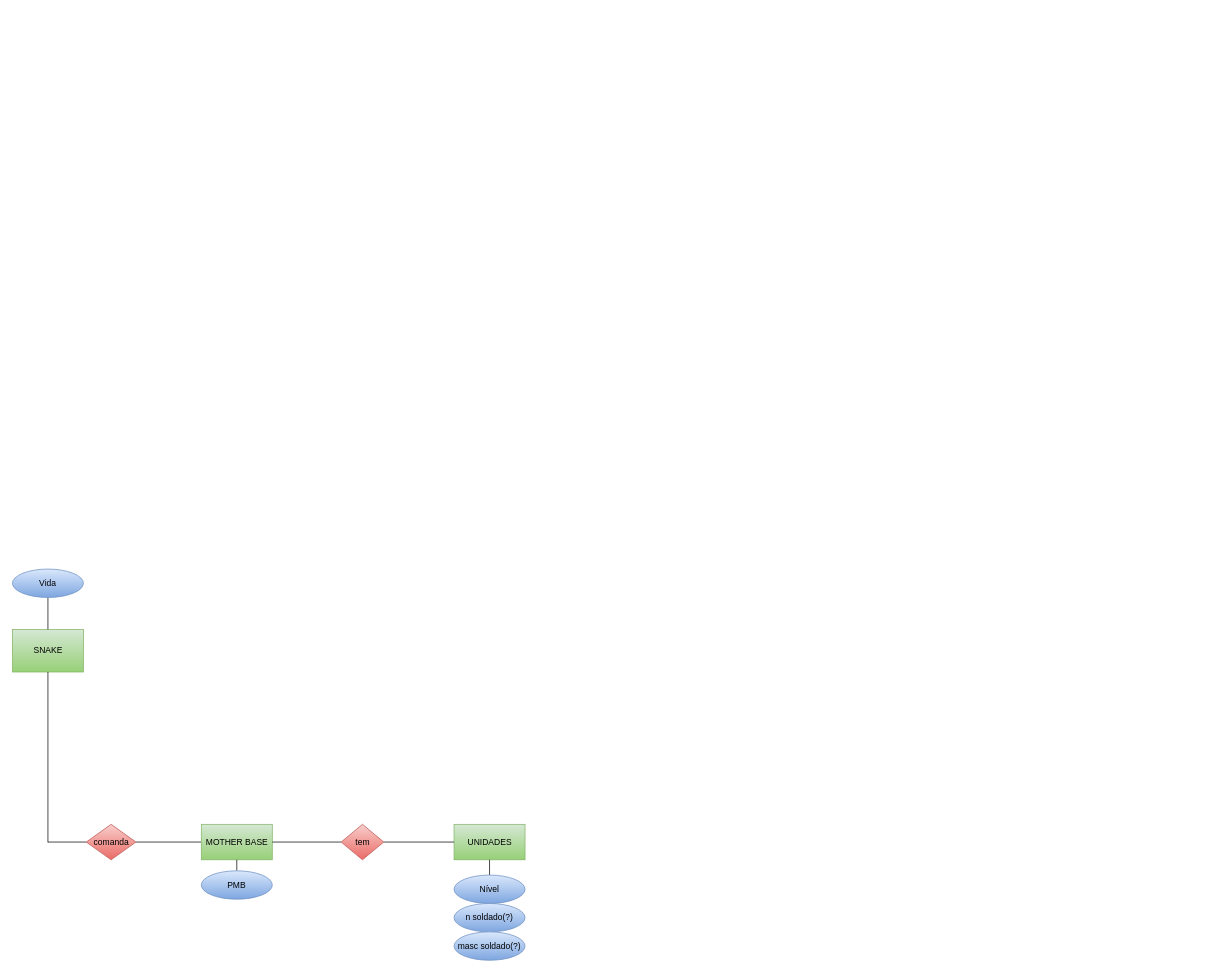
This is MER/MER-v0.1.drawio.xml from SBD1/Grupo02-MetalGearSolid, a draw.io file, before an edit. Source tidied: cells renumbered, new cells numbered last; positions are measured from the earlier drawing's top-left corner, leaving out a move shared by most shapes. Both pictures are drawn from the tidied source at 71%, with x=0, y=0 at pixel (12, 569).
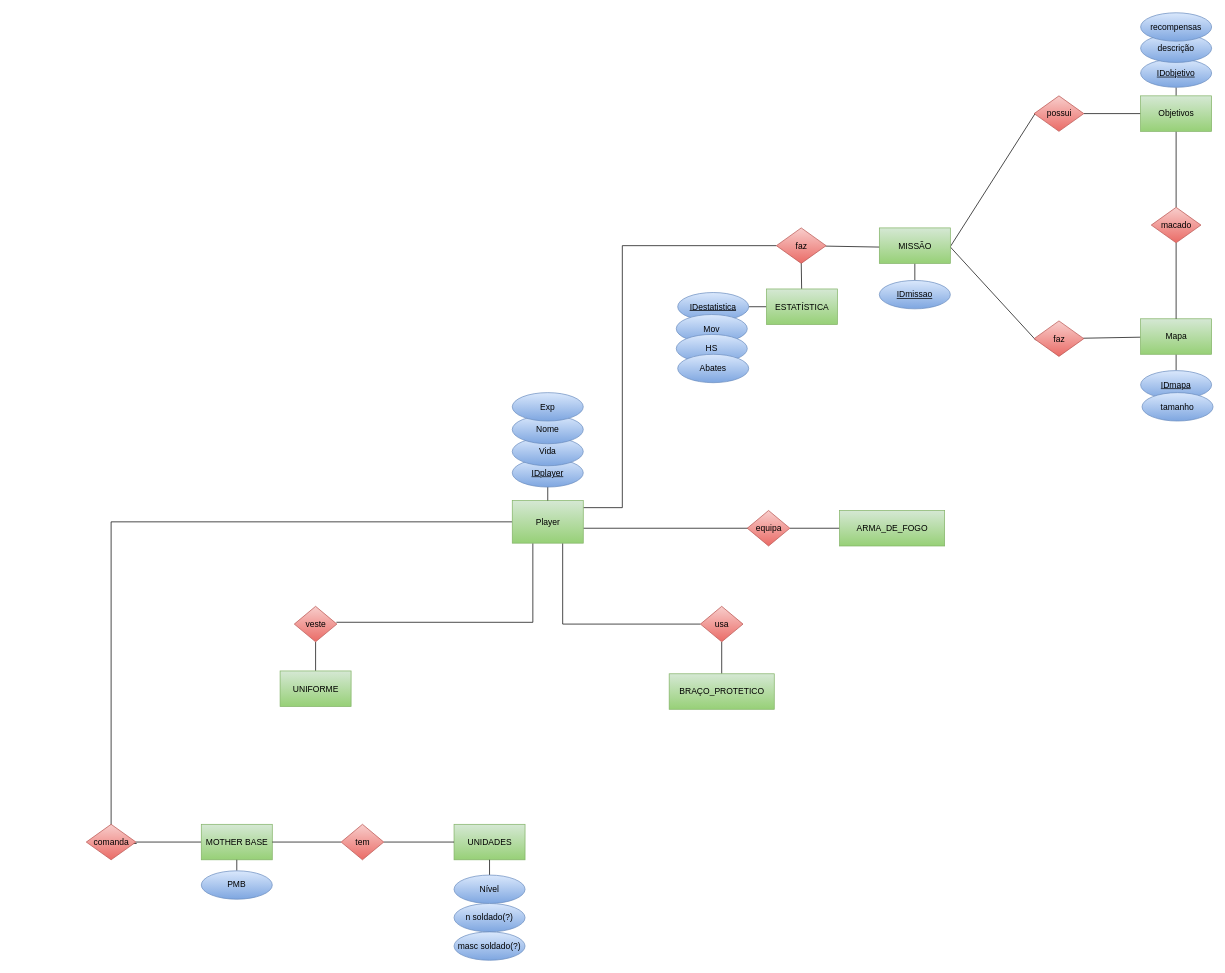
The same diagram, later.

Commit message (it also covers changes not shown here):
adicionando novas entidades no MER

Diff of the diagram source:
```diff
@@
+    <mxCell id="20" style="edgeStyle=orthogonalEdgeStyle;rounded=0;jettySize=auto;html=1;entryX=-0.014;entryY=0.54;entryDx=0;entryDy=0;entryPerimeter=0;endArrow=none;endFill=0;" parent="1" edge="1" source="2" target="5">
+      <mxGeometry relative="1" as="geometry">
+        <Array as="points">
+          <mxPoint x="139" y="-66.5" />
+          <mxPoint x="139" y="386.5" />
+        </Array>
+      </mxGeometry>
+    </mxCell>
+    <mxCell id="21" style="edgeStyle=orthogonalEdgeStyle;rounded=0;jettySize=auto;html=1;entryX=0;entryY=0.5;entryDx=0;entryDy=0;entryPerimeter=0;endArrow=none;endFill=0;" parent="1" edge="1" source="2" target="26">
+      <mxGeometry relative="1" as="geometry">
+        <Array as="points">
+          <mxPoint x="859" y="-86.5" />
+          <mxPoint x="859" y="-455.5" />
+        </Array>
+      </mxGeometry>
+    </mxCell>
+    <mxCell id="22" style="edgeStyle=orthogonalEdgeStyle;rounded=0;jettySize=auto;html=1;entryX=0.806;entryY=0.693;entryDx=0;entryDy=0;entryPerimeter=0;endArrow=none;endFill=0;" parent="1" edge="1" source="2" target="61">
+      <mxGeometry relative="1" as="geometry">
+        <Array as="points">
+          <mxPoint x="1047" y="-57.5" />
+        </Array>
+      </mxGeometry>
+    </mxCell>
+    <mxCell id="23" style="edgeStyle=orthogonalEdgeStyle;rounded=0;jettySize=auto;html=1;endArrow=none;endFill=0;" parent="1" edge="1" source="2" target="59">
+      <mxGeometry relative="1" as="geometry">
+        <Array as="points">
+          <mxPoint x="775" y="77.5" />
+        </Array>
+      </mxGeometry>
+    </mxCell>
+    <mxCell id="24" style="edgeStyle=orthogonalEdgeStyle;rounded=0;jettySize=auto;html=1;entryX=0.011;entryY=0.449;entryDx=0;entryDy=0;entryPerimeter=0;endArrow=none;endFill=0;" parent="1" edge="1" source="2" target="63">
+      <mxGeometry relative="1" as="geometry">
+        <Array as="points">
+          <mxPoint x="733" y="75.5" />
+        </Array>
+      </mxGeometry>
+    </mxCell>
-    <mxCell id="2" value="SNAKE" style="html=1;dashed=0;whitespace=wrap;fillColor=#d5e8d4;strokeColor=#82b366;gradientColor=#97d077;rounded=0;" parent="1" vertex="1">
-      <mxGeometry y="85" width="100" height="60" as="geometry" />
+    <mxCell id="2" value="Player" style="html=1;dashed=0;whitespace=wrap;fillColor=#d5e8d4;strokeColor=#82b366;gradientColor=#97d077;rounded=0;" parent="1" vertex="1">
+      <mxGeometry x="704" y="-96.5" width="100" height="60" as="geometry" />
     </mxCell>
     <mxCell id="3" style="line;strokeWidth=1;dashed=0;labelPosition=right;align=left;verticalAlign=middle;spacingTop=0;spacingLeft=6;shadow=0;fillColor=default;gradientColor=none;gradientDirection=south;flipV=1;flipH=0;direction=south;rounded=0;" parent="1" vertex="1">
-      <mxGeometry x="45" y="40" width="10" height="45" as="geometry" />
+      <mxGeometry x="749" y="-141.5" width="10" height="45" as="geometry" />
     </mxCell>
-    <mxCell id="4" value="Vida" style="ellipse;whiteSpace=wrap;html=1;align=center;shadow=0;fillColor=#dae8fc;gradientColor=#7ea6e0;gradientDirection=south;strokeColor=#6c8ebf;rounded=0;" parent="1" vertex="1">
-      <mxGeometry width="100" height="40" as="geometry" />
-    </mxCell>
-    <mxCell id="5" value="comanda" style="shape=rhombus;html=1;dashed=0;whitespace=wrap;perimeter=rhombusPerimeter;shadow=0;fillColor=#f8cecc;gradientColor=#ea6b66;gradientDirection=south;strokeColor=#b85450;rounded=0;" parent="1" vertex="1">
+    <mxCell id="5" value="comanda" style="shape=rhombus;html=1;dashed=0;whitespace=wrap;perimeter=rhombusPerimeter;shadow=0;fillColor=#f8cecc;gradientColor=#ea6b66;gradientDirection=south;strokeColor=#b85450;rounded=0;flipH=1;" parent="1" vertex="1">
       <mxGeometry x="104" y="359.5" width="70" height="50" as="geometry" />
     </mxCell>
-    <mxCell id="6" style="line;strokeWidth=1;dashed=0;labelPosition=right;align=left;verticalAlign=middle;spacingTop=0;spacingLeft=6;fontFamily=Helvetica;fontSize=12;fontColor=default;direction=south;rounded=0;" parent="1" vertex="1">
-      <mxGeometry x="45" y="145" width="10" height="240" as="geometry" />
-    </mxCell>
-    <mxCell id="7" style="line;strokeWidth=1;dashed=0;labelPosition=right;align=left;verticalAlign=middle;spacingTop=0;spacingLeft=6;fontFamily=Helvetica;fontSize=12;fontColor=default;rounded=0;" parent="1" vertex="1">
-      <mxGeometry x="50" y="379.5" width="54" height="10" as="geometry" />
-    </mxCell>
-    <mxCell id="8" style="line;strokeWidth=1;dashed=0;labelPosition=right;align=left;verticalAlign=middle;spacingTop=0;spacingLeft=6;fontFamily=Helvetica;fontSize=12;fontColor=default;rounded=0;" parent="1" vertex="1">
+    <mxCell id="8" style="line;strokeWidth=1;dashed=0;labelPosition=right;align=left;verticalAlign=middle;spacingTop=0;spacingLeft=6;fontFamily=Helvetica;fontSize=12;fontColor=default;rounded=0;flipH=1;" parent="1" vertex="1">
       <mxGeometry x="174" y="379.5" width="92" height="10" as="geometry" />
     </mxCell>
-    <mxCell id="9" value="MOTHER BASE" style="html=1;dashed=0;whitespace=wrap;fontFamily=Helvetica;fontSize=12;fillColor=#d5e8d4;gradientColor=#97d077;strokeColor=#82b366;rounded=0;" parent="1" vertex="1">
+    <mxCell id="9" value="MOTHER BASE" style="html=1;dashed=0;whitespace=wrap;fontFamily=Helvetica;fontSize=12;fillColor=#d5e8d4;gradientColor=#97d077;strokeColor=#82b366;rounded=0;flipH=1;" parent="1" vertex="1">
       <mxGeometry x="266" y="359.5" width="100" height="50" as="geometry" />
     </mxCell>
-    <mxCell id="10" style="line;strokeWidth=1;dashed=0;labelPosition=right;align=left;verticalAlign=middle;spacingTop=0;spacingLeft=6;fontFamily=Helvetica;fontSize=12;fontColor=default;direction=south;rounded=0;" parent="1" vertex="1">
+    <mxCell id="10" style="line;strokeWidth=1;dashed=0;labelPosition=right;align=left;verticalAlign=middle;spacingTop=0;spacingLeft=6;fontFamily=Helvetica;fontSize=12;fontColor=default;direction=south;rounded=0;flipH=1;" parent="1" vertex="1">
       <mxGeometry x="311" y="409.5" width="10" height="15.5" as="geometry" />
     </mxCell>
-    <mxCell id="11" value="&lt;div&gt;PMB&lt;/div&gt;" style="ellipse;whiteSpace=wrap;html=1;align=center;fontFamily=Helvetica;fontSize=12;fillColor=#dae8fc;gradientColor=#7ea6e0;strokeColor=#6c8ebf;rounded=0;" parent="1" vertex="1">
+    <mxCell id="11" value="&lt;div&gt;PMB&lt;/div&gt;" style="ellipse;whiteSpace=wrap;html=1;align=center;fontFamily=Helvetica;fontSize=12;fillColor=#dae8fc;gradientColor=#7ea6e0;strokeColor=#6c8ebf;rounded=0;flipH=1;" parent="1" vertex="1">
       <mxGeometry x="266" y="425" width="100" height="40" as="geometry" />
     </mxCell>
-    <mxCell id="12" style="line;strokeWidth=1;dashed=0;labelPosition=right;align=left;verticalAlign=middle;spacingTop=0;spacingLeft=6;fontFamily=Helvetica;fontSize=12;fontColor=default;" parent="1" vertex="1">
+    <mxCell id="12" style="line;strokeWidth=1;dashed=0;labelPosition=right;align=left;verticalAlign=middle;spacingTop=0;spacingLeft=6;fontFamily=Helvetica;fontSize=12;fontColor=default;flipH=1;" parent="1" vertex="1">
       <mxGeometry x="366" y="379.5" width="97" height="10" as="geometry" />
     </mxCell>
-    <mxCell id="13" value="UNIDADES" style="html=1;dashed=0;whitespace=wrap;fontFamily=Helvetica;fontSize=12;fillColor=#d5e8d4;gradientColor=#97d077;strokeColor=#82b366;" parent="1" vertex="1">
+    <mxCell id="13" value="UNIDADES" style="html=1;dashed=0;whitespace=wrap;fontFamily=Helvetica;fontSize=12;fillColor=#d5e8d4;gradientColor=#97d077;strokeColor=#82b366;flipH=1;" parent="1" vertex="1">
       <mxGeometry x="622" y="359.5" width="100" height="50" as="geometry" />
     </mxCell>
-    <mxCell id="14" value="tem" style="shape=rhombus;html=1;dashed=0;whitespace=wrap;perimeter=rhombusPerimeter;fontFamily=Helvetica;fontSize=12;fillColor=#f8cecc;gradientColor=#ea6b66;strokeColor=#b85450;" parent="1" vertex="1">
+    <mxCell id="14" value="tem" style="shape=rhombus;html=1;dashed=0;whitespace=wrap;perimeter=rhombusPerimeter;fontFamily=Helvetica;fontSize=12;fillColor=#f8cecc;gradientColor=#ea6b66;strokeColor=#b85450;flipH=1;" parent="1" vertex="1">
       <mxGeometry x="463" y="359.5" width="60" height="50" as="geometry" />
     </mxCell>
-    <mxCell id="15" style="line;strokeWidth=1;dashed=0;labelPosition=right;align=left;verticalAlign=middle;spacingTop=0;spacingLeft=6;fontFamily=Helvetica;fontSize=12;fontColor=default;" parent="1" vertex="1">
+    <mxCell id="15" style="line;strokeWidth=1;dashed=0;labelPosition=right;align=left;verticalAlign=middle;spacingTop=0;spacingLeft=6;fontFamily=Helvetica;fontSize=12;fontColor=default;flipH=1;" parent="1" vertex="1">
       <mxGeometry x="523" y="379.5" width="99" height="10" as="geometry" />
     </mxCell>
-    <mxCell id="16" style="line;strokeWidth=1;dashed=0;labelPosition=right;align=left;verticalAlign=middle;spacingTop=0;spacingLeft=6;fontFamily=Helvetica;fontSize=12;fontColor=default;direction=south;" parent="1" vertex="1">
+    <mxCell id="16" style="line;strokeWidth=1;dashed=0;labelPosition=right;align=left;verticalAlign=middle;spacingTop=0;spacingLeft=6;fontFamily=Helvetica;fontSize=12;fontColor=default;direction=south;flipH=1;" parent="1" vertex="1">
       <mxGeometry x="667" y="409.5" width="10" height="26" as="geometry" />
     </mxCell>
-    <mxCell id="17" value="Nível" style="ellipse;whiteSpace=wrap;html=1;align=center;fontFamily=Helvetica;fontSize=12;fillColor=#dae8fc;gradientColor=#7ea6e0;strokeColor=#6c8ebf;" parent="1" vertex="1">
+    <mxCell id="17" value="Nível" style="ellipse;whiteSpace=wrap;html=1;align=center;fontFamily=Helvetica;fontSize=12;fillColor=#dae8fc;gradientColor=#7ea6e0;strokeColor=#6c8ebf;flipH=1;" parent="1" vertex="1">
       <mxGeometry x="622" y="431" width="100" height="40" as="geometry" />
     </mxCell>
-    <mxCell id="18" value="n soldado(?)" style="ellipse;whiteSpace=wrap;html=1;align=center;fontFamily=Helvetica;fontSize=12;fillColor=#dae8fc;gradientColor=#7ea6e0;strokeColor=#6c8ebf;" parent="1" vertex="1">
+    <mxCell id="18" value="n soldado(?)" style="ellipse;whiteSpace=wrap;html=1;align=center;fontFamily=Helvetica;fontSize=12;fillColor=#dae8fc;gradientColor=#7ea6e0;strokeColor=#6c8ebf;flipH=1;" parent="1" vertex="1">
       <mxGeometry x="622" y="471" width="100" height="40" as="geometry" />
     </mxCell>
-    <mxCell id="19" value="masc soldado(?)" style="ellipse;whiteSpace=wrap;html=1;align=center;fontFamily=Helvetica;fontSize=12;fillColor=#dae8fc;gradientColor=#7ea6e0;strokeColor=#6c8ebf;" parent="1" vertex="1">
+    <mxCell id="19" value="masc soldado(?)" style="ellipse;whiteSpace=wrap;html=1;align=center;fontFamily=Helvetica;fontSize=12;fillColor=#dae8fc;gradientColor=#7ea6e0;strokeColor=#6c8ebf;flipH=1;" parent="1" vertex="1">
       <mxGeometry x="622" y="511" width="100" height="40" as="geometry" />
     </mxCell>
+    <mxCell id="25" style="edgeStyle=none;rounded=0;jettySize=auto;html=1;entryX=0.005;entryY=0.54;entryDx=0;entryDy=0;entryPerimeter=0;endArrow=none;endFill=0;" parent="1" edge="1" source="26" target="30">
+      <mxGeometry relative="1" as="geometry" />
+    </mxCell>
+    <mxCell id="26" value="faz" style="shape=rhombus;html=1;dashed=0;whitespace=wrap;perimeter=rhombusPerimeter;shadow=0;fillColor=#f8cecc;gradientColor=#ea6b66;gradientDirection=south;strokeColor=#b85450;rounded=0;" parent="1" vertex="1">
+      <mxGeometry x="1076" y="-480.5" width="70" height="50" as="geometry" />
+    </mxCell>
+    <mxCell id="27" style="rounded=0;jettySize=auto;html=1;endArrow=none;endFill=0;entryX=0.029;entryY=0.48;entryDx=0;entryDy=0;entryPerimeter=0;" parent="1" edge="1" target="42">
+      <mxGeometry relative="1" as="geometry">
+        <mxPoint x="1318" y="-449.5" as="sourcePoint" />
+      </mxGeometry>
+    </mxCell>
+    <mxCell id="28" style="edgeStyle=none;rounded=0;jettySize=auto;html=1;endArrow=none;endFill=0;exitX=0.997;exitY=0.531;exitDx=0;exitDy=0;exitPerimeter=0;entryX=0.04;entryY=0.55;entryDx=0;entryDy=0;entryPerimeter=0;" parent="1" edge="1" source="30" target="44">
+      <mxGeometry relative="1" as="geometry" />
+    </mxCell>
+    <mxCell id="29" style="edgeStyle=none;rounded=0;jettySize=auto;html=1;endArrow=none;endFill=0;" parent="1" edge="1" source="30" target="52">
+      <mxGeometry relative="1" as="geometry" />
+    </mxCell>
+    <mxCell id="30" value="MISSÃO" style="html=1;dashed=0;whitespace=wrap;fontFamily=Helvetica;fontSize=12;fillColor=#d5e8d4;gradientColor=#97d077;strokeColor=#82b366;rounded=0;" parent="1" vertex="1">
+      <mxGeometry x="1221" y="-480.5" width="100" height="50" as="geometry" />
+    </mxCell>
+    <mxCell id="31" style="edgeStyle=none;rounded=0;jettySize=auto;html=1;entryX=0.5;entryY=1;entryDx=0;entryDy=0;entryPerimeter=0;endArrow=none;endFill=0;" parent="1" edge="1" source="33" target="26">
+      <mxGeometry relative="1" as="geometry" />
+    </mxCell>
+    <mxCell id="32" style="edgeStyle=none;rounded=0;jettySize=auto;html=1;endArrow=none;endFill=0;" parent="1" edge="1" source="33" target="34">
+      <mxGeometry relative="1" as="geometry" />
+    </mxCell>
+    <mxCell id="33" value="ESTATÍSTICA" style="html=1;dashed=0;whitespace=wrap;fontFamily=Helvetica;fontSize=12;fillColor=#d5e8d4;gradientColor=#97d077;strokeColor=#82b366;rounded=0;" parent="1" vertex="1">
+      <mxGeometry x="1062" y="-394.5" width="100" height="50" as="geometry" />
+    </mxCell>
+    <mxCell id="34" value="&lt;u&gt;IDestatistica&lt;/u&gt;" style="ellipse;whiteSpace=wrap;html=1;align=center;shadow=0;fillColor=#dae8fc;gradientColor=#7ea6e0;gradientDirection=south;strokeColor=#6c8ebf;rounded=0;" parent="1" vertex="1">
+      <mxGeometry x="937" y="-389.5" width="100" height="40" as="geometry" />
+    </mxCell>
+    <mxCell id="35" value="Mov" style="ellipse;whiteSpace=wrap;html=1;align=center;shadow=0;fillColor=#dae8fc;gradientColor=#7ea6e0;gradientDirection=south;strokeColor=#6c8ebf;rounded=0;" parent="1" vertex="1">
+      <mxGeometry x="935" y="-358.5" width="100" height="40" as="geometry" />
+    </mxCell>
+    <mxCell id="36" value="HS" style="ellipse;whiteSpace=wrap;html=1;align=center;shadow=0;fillColor=#dae8fc;gradientColor=#7ea6e0;gradientDirection=south;strokeColor=#6c8ebf;rounded=0;" parent="1" vertex="1">
+      <mxGeometry x="935" y="-330.5" width="100" height="40" as="geometry" />
+    </mxCell>
+    <mxCell id="37" value="Abates" style="ellipse;whiteSpace=wrap;html=1;align=center;shadow=0;fillColor=#dae8fc;gradientColor=#7ea6e0;gradientDirection=south;strokeColor=#6c8ebf;rounded=0;" parent="1" vertex="1">
+      <mxGeometry x="937" y="-302.5" width="100" height="40" as="geometry" />
+    </mxCell>
+    <mxCell id="38" value="&lt;u&gt;IDplayer&lt;/u&gt;" style="ellipse;whiteSpace=wrap;html=1;align=center;shadow=0;fillColor=#dae8fc;gradientColor=#7ea6e0;gradientDirection=south;strokeColor=#6c8ebf;rounded=0;" parent="1" vertex="1">
+      <mxGeometry x="704" y="-155.5" width="100" height="40" as="geometry" />
+    </mxCell>
+    <mxCell id="4" value="Vida" style="ellipse;whiteSpace=wrap;html=1;align=center;shadow=0;fillColor=#dae8fc;gradientColor=#7ea6e0;gradientDirection=south;strokeColor=#6c8ebf;rounded=0;" parent="1" vertex="1">
+      <mxGeometry x="704" y="-185.5" width="100" height="40" as="geometry" />
+    </mxCell>
+    <mxCell id="39" value="Nome" style="ellipse;whiteSpace=wrap;html=1;align=center;shadow=0;fillColor=#dae8fc;gradientColor=#7ea6e0;gradientDirection=south;strokeColor=#6c8ebf;rounded=0;" parent="1" vertex="1">
+      <mxGeometry x="704" y="-216.5" width="100" height="40" as="geometry" />
+    </mxCell>
+    <mxCell id="40" value="Exp" style="ellipse;whiteSpace=wrap;html=1;align=center;shadow=0;fillColor=#dae8fc;gradientColor=#7ea6e0;gradientDirection=south;strokeColor=#6c8ebf;rounded=0;" parent="1" vertex="1">
+      <mxGeometry x="704" y="-248.5" width="100" height="40" as="geometry" />
+    </mxCell>
+    <mxCell id="41" style="edgeStyle=none;rounded=0;jettySize=auto;html=1;endArrow=none;endFill=0;" parent="1" edge="1" source="42" target="47">
+      <mxGeometry relative="1" as="geometry" />
+    </mxCell>
+    <mxCell id="42" value="possui" style="shape=rhombus;html=1;dashed=0;whitespace=wrap;perimeter=rhombusPerimeter;shadow=0;fillColor=#f8cecc;gradientColor=#ea6b66;gradientDirection=south;strokeColor=#b85450;rounded=0;" parent="1" vertex="1">
+      <mxGeometry x="1439" y="-666.5" width="70" height="50" as="geometry" />
+    </mxCell>
+    <mxCell id="43" style="edgeStyle=none;rounded=0;jettySize=auto;html=1;endArrow=none;endFill=0;" parent="1" edge="1" source="44" target="49">
+      <mxGeometry relative="1" as="geometry" />
+    </mxCell>
+    <mxCell id="44" value="faz" style="shape=rhombus;html=1;dashed=0;whitespace=wrap;perimeter=rhombusPerimeter;shadow=0;fillColor=#f8cecc;gradientColor=#ea6b66;gradientDirection=south;strokeColor=#b85450;rounded=0;" parent="1" vertex="1">
+      <mxGeometry x="1439" y="-349.5" width="70" height="50" as="geometry" />
+    </mxCell>
+    <mxCell id="45" style="edgeStyle=none;rounded=0;jettySize=auto;html=1;endArrow=none;endFill=0;" parent="1" edge="1" source="47" target="51">
+      <mxGeometry relative="1" as="geometry" />
+    </mxCell>
+    <mxCell id="46" style="edgeStyle=none;rounded=0;jettySize=auto;html=1;endArrow=none;endFill=0;" parent="1" edge="1" source="47" target="53">
+      <mxGeometry relative="1" as="geometry" />
+    </mxCell>
+    <mxCell id="47" value="Objetivos" style="html=1;dashed=0;whitespace=wrap;fontFamily=Helvetica;fontSize=12;fillColor=#d5e8d4;gradientColor=#97d077;strokeColor=#82b366;rounded=0;" parent="1" vertex="1">
+      <mxGeometry x="1589" y="-666.5" width="100" height="50" as="geometry" />
+    </mxCell>
+    <mxCell id="48" style="edgeStyle=none;rounded=0;jettySize=auto;html=1;endArrow=none;endFill=0;" parent="1" edge="1" source="49" target="55">
+      <mxGeometry relative="1" as="geometry" />
+    </mxCell>
+    <mxCell id="49" value="Mapa" style="html=1;dashed=0;whitespace=wrap;fontFamily=Helvetica;fontSize=12;fillColor=#d5e8d4;gradientColor=#97d077;strokeColor=#82b366;rounded=0;" parent="1" vertex="1">
+      <mxGeometry x="1589" y="-352.5" width="100" height="50" as="geometry" />
+    </mxCell>
+    <mxCell id="50" style="edgeStyle=none;rounded=0;jettySize=auto;html=1;endArrow=none;endFill=0;" parent="1" edge="1" source="51" target="49">
+      <mxGeometry relative="1" as="geometry" />
+    </mxCell>
+    <mxCell id="51" value="macado" style="shape=rhombus;html=1;dashed=0;whitespace=wrap;perimeter=rhombusPerimeter;shadow=0;fillColor=#f8cecc;gradientColor=#ea6b66;gradientDirection=south;strokeColor=#b85450;rounded=0;" parent="1" vertex="1">
+      <mxGeometry x="1604" y="-509.5" width="70" height="50" as="geometry" />
+    </mxCell>
+    <mxCell id="52" value="&lt;u&gt;IDmissao&lt;/u&gt;" style="ellipse;whiteSpace=wrap;html=1;align=center;shadow=0;fillColor=#dae8fc;gradientColor=#7ea6e0;gradientDirection=south;strokeColor=#6c8ebf;rounded=0;" parent="1" vertex="1">
+      <mxGeometry x="1221" y="-406.5" width="100" height="40" as="geometry" />
+    </mxCell>
+    <mxCell id="53" value="&lt;u&gt;IDobjetivo&lt;/u&gt;" style="ellipse;whiteSpace=wrap;html=1;align=center;shadow=0;fillColor=#dae8fc;gradientColor=#7ea6e0;gradientDirection=south;strokeColor=#6c8ebf;rounded=0;" parent="1" vertex="1">
+      <mxGeometry x="1589" y="-718.5" width="100" height="40" as="geometry" />
+    </mxCell>
+    <mxCell id="54" value="descrição" style="ellipse;whiteSpace=wrap;html=1;align=center;shadow=0;fillColor=#dae8fc;gradientColor=#7ea6e0;gradientDirection=south;strokeColor=#6c8ebf;rounded=0;" parent="1" vertex="1">
+      <mxGeometry x="1589" y="-753.5" width="100" height="40" as="geometry" />
+    </mxCell>
+    <mxCell id="55" value="&lt;u&gt;IDmapa&lt;/u&gt;" style="ellipse;whiteSpace=wrap;html=1;align=center;shadow=0;fillColor=#dae8fc;gradientColor=#7ea6e0;gradientDirection=south;strokeColor=#6c8ebf;rounded=0;" parent="1" vertex="1">
+      <mxGeometry x="1589" y="-279.5" width="100" height="40" as="geometry" />
+    </mxCell>
+    <mxCell id="56" value="tamanho" style="ellipse;whiteSpace=wrap;html=1;align=center;shadow=0;fillColor=#dae8fc;gradientColor=#7ea6e0;gradientDirection=south;strokeColor=#6c8ebf;rounded=0;" parent="1" vertex="1">
+      <mxGeometry x="1591" y="-248.5" width="100" height="40" as="geometry" />
+    </mxCell>
+    <mxCell id="57" value="recompensas" style="ellipse;whiteSpace=wrap;html=1;align=center;shadow=0;fillColor=#dae8fc;gradientColor=#7ea6e0;gradientDirection=south;strokeColor=#6c8ebf;rounded=0;" parent="1" vertex="1">
+      <mxGeometry x="1589" y="-783.5" width="100" height="40" as="geometry" />
+    </mxCell>
+    <mxCell id="58" style="edgeStyle=orthogonalEdgeStyle;rounded=0;jettySize=auto;html=1;endArrow=none;endFill=0;" parent="1" edge="1" source="59" target="65">
+      <mxGeometry relative="1" as="geometry" />
+    </mxCell>
+    <mxCell id="59" value="usa" style="shape=rhombus;html=1;dashed=0;whitespace=wrap;perimeter=rhombusPerimeter;fontFamily=Helvetica;fontSize=12;fillColor=#f8cecc;gradientColor=#ea6b66;strokeColor=#b85450;flipH=1;" parent="1" vertex="1">
+      <mxGeometry x="969" y="52.5" width="60" height="50" as="geometry" />
+    </mxCell>
+    <mxCell id="60" style="edgeStyle=orthogonalEdgeStyle;rounded=0;jettySize=auto;html=1;endArrow=none;endFill=0;" parent="1" edge="1" source="61" target="66">
+      <mxGeometry relative="1" as="geometry" />
+    </mxCell>
+    <mxCell id="61" value="equipa" style="shape=rhombus;html=1;dashed=0;whitespace=wrap;perimeter=rhombusPerimeter;fontFamily=Helvetica;fontSize=12;fillColor=#f8cecc;gradientColor=#ea6b66;strokeColor=#b85450;flipH=1;" parent="1" vertex="1">
+      <mxGeometry x="1035" y="-82.5" width="60" height="50" as="geometry" />
+    </mxCell>
+    <mxCell id="62" style="edgeStyle=orthogonalEdgeStyle;rounded=0;jettySize=auto;html=1;endArrow=none;endFill=0;" parent="1" edge="1" source="63" target="64">
+      <mxGeometry relative="1" as="geometry" />
+    </mxCell>
+    <mxCell id="63" value="veste" style="shape=rhombus;html=1;dashed=0;whitespace=wrap;perimeter=rhombusPerimeter;fontFamily=Helvetica;fontSize=12;fillColor=#f8cecc;gradientColor=#ea6b66;strokeColor=#b85450;flipH=1;" parent="1" vertex="1">
+      <mxGeometry x="397" y="52.5" width="60" height="50" as="geometry" />
+    </mxCell>
+    <mxCell id="64" value="UNIFORME" style="html=1;dashed=0;whitespace=wrap;fontFamily=Helvetica;fontSize=12;fillColor=#d5e8d4;gradientColor=#97d077;strokeColor=#82b366;rounded=0;flipH=1;" parent="1" vertex="1">
+      <mxGeometry x="377" y="143.5" width="100" height="50" as="geometry" />
+    </mxCell>
+    <mxCell id="65" value="BRAÇO_PROTETICO" style="html=1;dashed=0;whitespace=wrap;fontFamily=Helvetica;fontSize=12;fillColor=#d5e8d4;gradientColor=#97d077;strokeColor=#82b366;rounded=0;flipH=1;" parent="1" vertex="1">
+      <mxGeometry x="925" y="147.5" width="148" height="50" as="geometry" />
+    </mxCell>
+    <mxCell id="66" value="ARMA_DE_FOGO" style="html=1;dashed=0;whitespace=wrap;fontFamily=Helvetica;fontSize=12;fillColor=#d5e8d4;gradientColor=#97d077;strokeColor=#82b366;rounded=0;flipH=1;" parent="1" vertex="1">
+      <mxGeometry x="1165" y="-82.5" width="148" height="50" as="geometry" />
+    </mxCell>
```
